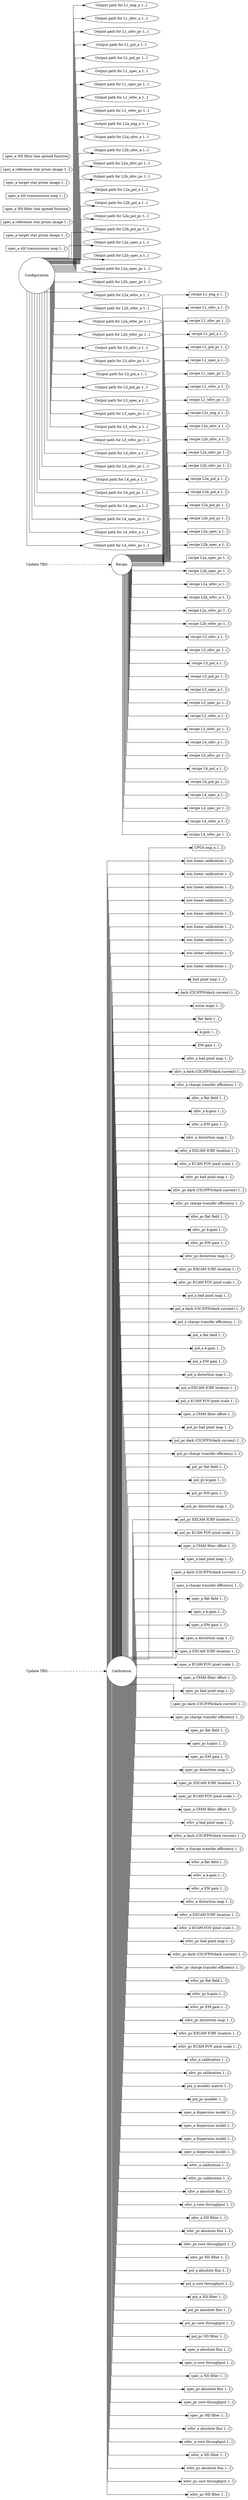
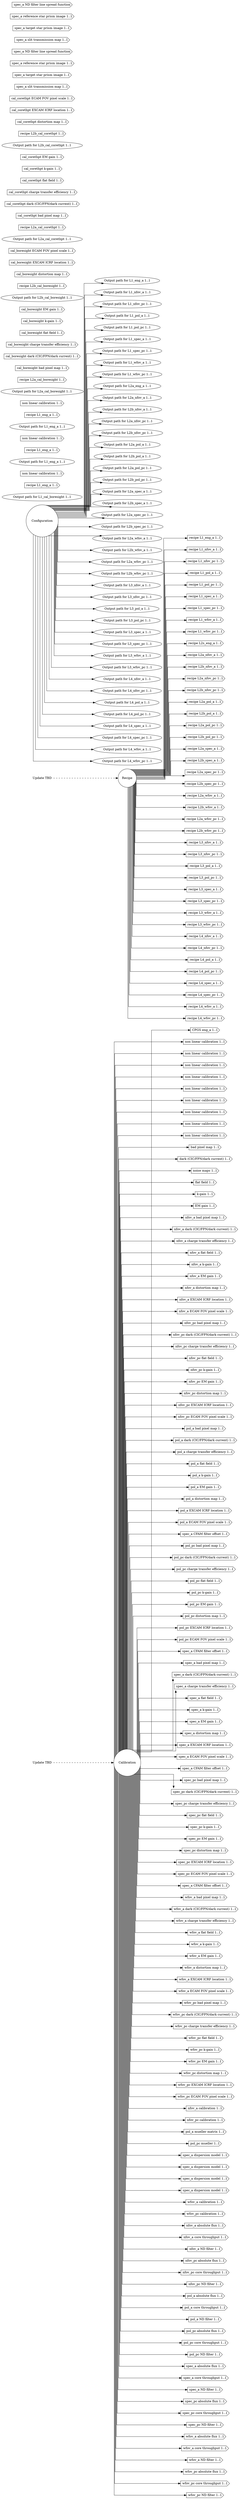
digraph Clerks
{
  graph [splines="ortho", rankdir=LR];

  alarm_cal [label="Update TBD", shape="none"];
  alarm_rec [label="Update TBD", shape="none"];

  calib [label="Calibration", shape="circle",
         runname="clerk.calibration"
         runtype="dawgie.Analyzer"
         fsmtype="dip.clerk.impls.calibration.FSM"];
  config [label="Configuration", shape="circle",
          runname="clerk.configuration",
          runtype="dawgie.Analyzer",
          fsmtype="dip.clerk.impls.config.FSM"];
  recipe [label="Recipe", shape="circle",
          runname="clerk.recipe"
          runtype="dawgie.Analyzer"
          fsmtype="dip.clerk.impls.recipe.FSM"];

  eng_a_cpgs [label="CPGS eng_a 1..1", shape="cds",
              valname="clerk.calibration.eng_a.cpgs",
              valtype="dip.base.Cpgs"];

  // begin l1
+   l1_cal_boresight_odir [label="Output path for L1_cal_boresight 1..1", shape="ellipse",
+                          valname="clerk.configuration.l1_cal_boresight.outdir",
+                          valtype="dip.base.Configuration"];
+   l1_cal_boresight_rec [label="recipe L1_eng_a 1..1", shape="cds",
+                         valname="clerk.recipe.l1_cal_boresight.recipe",
+                         valtype="dip.base.Recipe"];
+   l1_cal_boresight_nllut [label="non linear calibration 1..1", shape="cds",
+                           valname="clerk.calibration.l1_cal_boresight.nonlin",
+                           valtype="dip.base.Calibration"];
+ 
+   l1_cal_corethpt_odir [label="Output path for L1_eng_a 1..1", shape="ellipse",
+                         valname="clerk.configuration.l1_cal_corethpt.outdir",
+                         valtype="dip.base.Configuration"];
+   l1_cal_corethpt_rec [label="recipe L1_eng_a 1..1", shape="cds",
+                        valname="clerk.recipe.l1_cal_corethpt.recipe",
+                        valtype="dip.base.Recipe"];
+   l1_cal_corethpt_nllut [label="non linear calibration 1..1", shape="cds",
+                          valname="clerk.calibration.l1_cal_corethpt.nonlin",
+                          valtype="dip.base.Calibration"];
+ 
+   l1_cal_pupil_odir [label="Output path for L1_eng_a 1..1", shape="ellipse",
+                      valname="clerk.configuration.l1_cal_pupil.outdir",
+                      valtype="dip.base.Configuration"];
+   l1_cal_pupil_rec [label="recipe L1_eng_a 1..1", shape="cds",
+                     valname="clerk.recipe.l1_cal_pupil.recipe",
+                     valtype="dip.base.Recipe"];
+   l1_cal_pupil_nllut [label="non linear calibration 1..1", shape="cds",
+                       valname="clerk.calibration.l1_cal_pupil.nonlin",
+                       valtype="dip.base.Calibration"];
+ 
  l1_eng_a_odir [label="Output path for L1_eng_a 1..1", shape="ellipse",
                 valname="clerk.configuration.l1_eng_a.outdir",
                 valtype="dip.base.Configuration"];
  l1_eng_a_rec [label="recipe L1_eng_a 1..1", shape="cds",
                valname="clerk.recipe.l1_eng_a.recipe",
                valtype="dip.base.Recipe"];
  l1_eng_a_nln [label="non linear calibration 1..1", shape="cds",
                valname="clerk.calibration.l1_eng_a.nonlin",
                valtype="dip.base.Calibration"];

  l1_nfov_a_odir [label="Output path for L1_nfov_a 1..1", shape="ellipse",
                 valname="clerk.configuration.l1_nfov_a.outdir",
                 valtype="dip.base.Configuration"];
  l1_nfov_a_rec [label="recipe L1_nfov_a 1..1", shape="cds",
                valname="clerk.recipe.l1_nfov_a.recipe",
                valtype="dip.base.Recipe"];
  l1_nfov_a_nllut [label="non linear calibration 1..1", shape="cds",
                     valname="clerk.calibration.l1_nfov_a.nonlin",
                     valtype="dip.base.Calibration"];

  l1_nfov_pc_odir [label="Output path for L1_nfov_pc 1..1", shape="ellipse",
                 valname="clerk.configuration.l1_nfov_pc.outdir",
                 valtype="dip.base.Configuration"];
  l1_nfov_pc_rec [label="recipe L1_nfov_pc 1..1", shape="cds",
                valname="clerk.recipe.l1_nfov_pc.recipe",
                valtype="dip.base.Recipe"];
  l1_nfov_pc_nllut [label="non linear calibration 1..1", shape="cds",
                     valname="clerk.calibration.l1_nfov_pc.nonlin",
                     valtype="dip.base.Calibration"];

  l1_pol_a_odir [label="Output path for L1_pol_a 1..1", shape="ellipse",
                 valname="clerk.configuration.l1_pol_a.outdir",
                 valtype="dip.base.Configuration"];
  l1_pol_a_rec [label="recipe L1_pol_a 1..1", shape="cds",
                valname="clerk.recipe.l1_pol_a.recipe",
                valtype="dip.base.Recipe"];
  l1_pol_a_nllut [label="non linear calibration 1..1", shape="cds",
                     valname="clerk.calibration.l1_pol_a.nonlin",
                     valtype="dip.base.Calibration"];

  l1_pol_pc_odir [label="Output path for L1_pol_pc 1..1", shape="ellipse",
                 valname="clerk.configuration.l1_pol_pc.outdir",
                 valtype="dip.base.Configuration"];
  l1_pol_pc_rec [label="recipe L1_pol_pc 1..1", shape="cds",
                valname="clerk.recipe.l1_pol_pc.recipe",
                valtype="dip.base.Recipe"];
  l1_pol_pc_nllut [label="non linear calibration 1..1", shape="cds",
                     valname="clerk.calibration.l1_pol_pc.nonlin",
                     valtype="dip.base.Calibration"];

  l1_spec_a_odir [label="Output path for L1_spec_a 1..1", shape="ellipse",
                 valname="clerk.configuration.l1_spec_a.outdir",
                 valtype="dip.base.Configuration"];
  l1_spec_a_rec [label="recipe L1_spec_a 1..1", shape="cds",
                valname="clerk.recipe.l1_spec_a.recipe",
                valtype="dip.base.Recipe"];
  l1_spec_a_nllut [label="non linear calibration 1..1", shape="cds",
                     valname="clerk.calibration.l1_spec_a.nonlin",
                     valtype="dip.base.Calibration"];

  l1_spec_pc_odir [label="Output path for L1_spec_pc 1..1", shape="ellipse",
                 valname="clerk.configuration.l1_spec_pc.outdir",
                 valtype="dip.base.Configuration"];
  l1_spec_pc_rec [label="recipe L1_spec_pc 1..1", shape="cds",
                valname="clerk.recipe.l1_spec_pc.recipe",
                valtype="dip.base.Recipe"];
  l1_spec_pc_nllut [label="non linear calibration 1..1", shape="cds",
                     valname="clerk.calibration.l1_spec_pc.nonlin",
                     valtype="dip.base.Calibration"];

  l1_wfov_a_odir [label="Output path for L1_wfov_a 1..1", shape="ellipse",
                 valname="clerk.configuration.l1_wfov_a.outdir",
                 valtype="dip.base.Configuration"];
  l1_wfov_a_rec [label="recipe L1_wfov_a 1..1", shape="cds",
                valname="clerk.recipe.l1_wfov_a.recipe",
                valtype="dip.base.Recipe"];
  l1_wfov_a_nllut [label="non linear calibration 1..1", shape="cds",
                     valname="clerk.calibration.l1_wfov_a.nonlin",
                     valtype="dip.base.Calibration"];

  l1_wfov_pc_odir [label="Output path for L1_wfov_pc 1..1", shape="ellipse",
                 valname="clerk.configuration.l1_wfov_pc.outdir",
                 valtype="dip.base.Configuration"];
  l1_wfov_pc_rec [label="recipe L1_wfov_pc 1..1", shape="cds",
                valname="clerk.recipe.l1_wfov_pc.recipe",
                valtype="dip.base.Recipe"];
  l1_wfov_pc_nllut [label="non linear calibration 1..1", shape="cds",
                     valname="clerk.calibration.l1_wfov_pc.nonlin",
                     valtype="dip.base.Calibration"];
  // end l1

  // begin l2
+   l2a_cal_boresight_odir [label="Output path for L2a_cal_boresight 1..1", shape="ellipse",
+                           valname="clerk.configuration.l2a_cal_boresight.outdir",
+                           valtype="dip.base.Configuration"];
+   l2a_cal_boresight_rec [label="recipe L2a_cal_boresight 1..1", shape="cds",
+                          valname="clerk.recipe.l2a_cal_boresight.recipe",
+                          valtype="dip.base.Recipe"];
+   l2a_cal_boresight_mbpm [label="cal_boresight bad pixel map 1..1", shape="cds",
+                           valname="clerk.calibration.l2a_cal_boresight.bad_pix_map",
+                           valtype="dip.base.Calibration"];
+   l2a_cal_boresight_dnb  [label="cal_boresight dark (CIC/FPN/dark current) 1..1", shape="cds",
+                           valname="clerk.calibration.l2a_cal_boresight.darks",
+                           valtype="dip.base.Calibration"];
+   l2a_cal_boresight_cti  [label="cal_boresight charge transfer efficiency 1..1", shape="cds",
+                           valname="clerk.calibration.l2a_cal_boresight.charge_xfer_eff",
+                           valtype="dip.base.Calibration"];
+   l2a_cal_boresight_ff  [label="cal_boresight flat field 1..1", shape="cds",
+                          valname="clerk.calibration.l2a_cal_boresight.flat_field",
+                          valtype="dip.base.Calibration"];
+   l2a_cal_boresight_kgain  [label="cal_boresight k-gain 1..1", shape="cds",
+                             valname="clerk.calibration.l2a_cal_boresight.k_gain",
+                             valtype="dip.base.Calibration"];
+   l2a_cal_boresight_emg [label="cal_boresight EM gain 1..1", shape="cds",
+                          valname="clerk.calibration.l2a_cal_boresight.em_gain",
+                          valtype="dip.base.Calibration"];
+   l2b_cal_boresight_odir [label="Output path for L2b_cal_boresight 1..1", shape="ellipse",
+                           valname="clerk.configuration.l2b_cal_boresight.outdir",
+                           valtype="dip.base.Configuration"];
+   l2b_cal_boresight_rec [label="recipe L2b_cal_boresight 1..1", shape="cds",
+                          valname="clerk.recipe.l2b_cal_boresight.recipe",
+                          valtype="dip.base.Recipe"];
+   l2b_cal_boresight_distm [label="cal_boresight distortion map 1..1", shape="cds",
+                            valname="clerk.calibration.l2b_cal_boresight.distortion_map",
+                            valtype="dip.base.Calibration"];
+   l2b_cal_boresight_excicrf [label="cal_boresight EXCAM ICRF location 1..1", shape="cds",
+                              valname="clerk.calibration.l2b_cal_boresight.excam_icrf_location",
+                              valtype="dip.base.Calibration"];
+   l2b_cal_boresight_excfovps [label="cal_boresight ECAM FOV pixel scale 1..1", shape="cds",
+                               valname="clerk.calibration.l2b_cal_boresight.excam_fov_pixel_scale",
+                               valtype="dip.base.Calibration"];
+ 
+   l2a_cal_corethpt_odir [label="Output path for L2a_cal_corethpt 1..1", shape="ellipse",
+                          valname="clerk.configuration.l2a_cal_corethpt.outdir",
+                          valtype="dip.base.Configuration"];
+   l2a_cal_corethpt_rec [label="recipe L2a_cal_corethpt 1..1", shape="cds",
+                         valname="clerk.recipe.l2a_cal_corethpt.recipe",
+                         valtype="dip.base.Recipe"];
+   l2a_cal_corethpt_mbpm [label="cal_corethpt bad pixel map 1..1", shape="cds",
+                          valname="clerk.calibration.l2a_cal_corethpt.bad_pix_map",
+                          valtype="dip.base.Calibration"];
+   l2a_cal_corethpt_dnb  [label="cal_corethpt dark (CIC/FPN/dark current) 1..1", shape="cds",
+                          valname="clerk.calibration.l2a_cal_corethpt.darks",
+                          valtype="dip.base.Calibration"];
+   l2a_cal_corethpt_cti  [label="cal_corethpt charge transfer efficiency 1..1", shape="cds",
+                          valname="clerk.calibration.l2a_cal_corethpt.charge_xfer_eff",
+                          valtype="dip.base.Calibration"];
+   l2a_cal_corethpt_ff  [label="cal_corethpt flat field 1..1", shape="cds",
+                         valname="clerk.calibration.l2a_cal_corethpt.flat_field",
+                         valtype="dip.base.Calibration"];
+   l2a_cal_corethpt_kgain  [label="cal_corethpt k-gain 1..1", shape="cds",
+                            valname="clerk.calibration.l2a_cal_corethpt.k_gain",
+                            valtype="dip.base.Calibration"];
+   l2a_cal_corethpt_emg [label="cal_corethpt EM gain 1..1", shape="cds",
+                         valname="clerk.calibration.l2a_cal_corethpt.em_gain",
+                         valtype="dip.base.Calibration"];
+   l2b_cal_corethpt_odir [label="Output path for L2b_cal_corethpt 1..1", shape="ellipse",
+                          valname="clerk.configuration.l2b_cal_corethpt.outdir",
+                          valtype="dip.base.Configuration"];
+   l2b_cal_corethpt_rec [label="recipe L2b_cal_corethpt 1..1", shape="cds",
+                         valname="clerk.recipe.l2b_cal_corethpt.recipe",
+                         valtype="dip.base.Recipe"];
+   l2b_cal_corethpt_distm [label="cal_corethpt distortion map 1..1", shape="cds",
+                           valname="clerk.calibration.l2b_cal_corethpt.distortion_map",
+                           valtype="dip.base.Calibration"];
+   l2b_cal_corethpt_excicrf [label="cal_corethpt EXCAM ICRF location 1..1", shape="cds",
+                             valname="clerk.calibration.l2b_cal_corethpt.excam_icrf_location",
+                             valtype="dip.base.Calibration"];
+   l2b_cal_corethpt_excfovps [label="cal_corethpt ECAM FOV pixel scale 1..1", shape="cds",
+                              valname="clerk.calibration.l2b_cal_corethpt.excam_fov_pixel_scale",
+                              valtype="dip.base.Calibration"];
+ 
  l2a_eng_a_odir [label="Output path for L2a_eng_a 1..1", shape="ellipse",
                 valname="clerk.configuration.l2_eng_a.outdir",
                 valtype="dip.base.Configuration"];
  l2a_eng_a_rec [label="recipe L2s_eng_a 1..1", shape="cds",
                 valname="clerk.recipe.l2a_eng_a.recipe",
                 valtype="dip.base.Recipe"];
  l2a_eng_a_mbpm [label="bad pixel map 1..1", shape="cds",
                valname="clerk.calibration.l2a_eng_a.bad_pix_map",
                valtype="dip.base.Calibration"];
  l2a_eng_a_dnb  [label="dark (CIC/FPN/dark current) 1..1", shape="cds",
                  valname="clerk.calibration.l2a_eng_a.darks",
                  valtype="dip.base.Calibration"];
  l2a_eng_a_nm  [label="noise maps 1..1", shape="cds",
                valname="clerk.calibration.l2a_eng_a.noise_map",
                valtype="dip.base.Calibration"];
  l2a_eng_a_ff  [label="flat field 1..1", shape="cds",
                valname="clerk.calibration.l2a_eng_a.flat_field",
                valtype="dip.base.Calibration"];
  l2a_eng_a_kgain  [label="k-gain 1..1", shape="cds",
                valname="clerk.calibration.l2a_eng_a.k_gain",
                valtype="dip.base.Calibration"];
  l2a_eng_a_emg [label="EM gain 1..1", shape="cds",
                valname="clerk.calibration.l2a_eng_a.em_gain",
                valtype="dip.base.Calibration"];

  l2a_nfov_a_odir [label="Output path for L2a_nfov_a 1..1", shape="ellipse",
                 valname="clerk.configuration.l2a_nfov_a.outdir",
                 valtype="dip.base.Configuration"];
  l2a_nfov_a_rec [label="recipe L2a_nfov_a 1..1", shape="cds",
                 valname="clerk.recipe.l2a_nfov_a.recipe",
                 valtype="dip.base.Recipe"];
  l2a_nfov_a_mbpm [label="nfov_a bad pixel map 1..1", shape="cds",
                valname="clerk.calibration.l2a_nfov_a.bad_pix_map",
                valtype="dip.base.Calibration"];
  l2a_nfov_a_dnb  [label="nfov_a dark (CIC/FPN/dark current) 1..1", shape="cds",
                  valname="clerk.calibration.l2a_nfov_a.darks",
                  valtype="dip.base.Calibration"];
  l2a_nfov_a_cti  [label="nfov_a charge transfer efficiency 1..1", shape="cds",
                valname="clerk.calibration.l2a_nfov_a.charge_xfer_eff",
                valtype="dip.base.Calibration"];
  l2a_nfov_a_ff  [label="nfov_a flat field 1..1", shape="cds",
                valname="clerk.calibration.l2a_nfov_a.flat_field",
                valtype="dip.base.Calibration"];
  l2a_nfov_a_kgain  [label="nfov_a k-gain 1..1", shape="cds",
                valname="clerk.calibration.l2a_nfov_a.k_gain",
                valtype="dip.base.Calibration"];
  l2a_nfov_a_emg [label="nfov_a EM gain 1..1", shape="cds",
                valname="clerk.calibration.l2a_nfov_a.em_gain",
                valtype="dip.base.Calibration"];
  l2b_nfov_a_odir [label="Output path for L2b_nfov_a 1..1", shape="ellipse",
                 valname="clerk.configuration.l2b_nfov_a.outdir",
                 valtype="dip.base.Configuration"];
  l2b_nfov_a_rec [label="recipe L2b_nfov_a 1..1", shape="cds",
                 valname="clerk.recipe.l2b_nfov_a.recipe",
                 valtype="dip.base.Recipe"];
  l2b_nfov_a_distm [label="nfov_a distortion map 1..1", shape="cds",
                 valname="clerk.calibration.l2b_nfov_a.distortion_map",
                 valtype="dip.base.Calibration"];
  l2b_nfov_a_excicrf [label="nfov_a EXCAM ICRF location 1..1", shape="cds",
                 valname="clerk.calibration.l2b_nfov_a.excam_icrf_location",
                 valtype="dip.base.Calibration"];
  l2b_nfov_a_excfovps [label="nfov_a ECAM FOV pixel scale 1..1", shape="cds",
                 valname="clerk.calibration.l2b_nfov_a.excam_fov_pixel_scale",
                 valtype="dip.base.Calibration"];

  l2a_nfov_pc_odir [label="Output path for L2a_nfov_pc 1..1", shape="ellipse",
                 valname="clerk.configuration.l2a_nfov_pc.outdir",
                 valtype="dip.base.Configuration"];
  l2a_nfov_pc_rec [label="recipe L2a_nfov_pc 1..1", shape="cds",
                 valname="clerk.recipe.l2a_nfov_pc.recipe",
                 valtype="dip.base.Recipe"];
  l2a_nfov_pc_mbpm [label="nfov_pc bad pixel map 1..1", shape="cds",
                valname="clerk.calibration.l2a_nfov_pc.bad_pix_map",
                valtype="dip.base.Calibration"];
  l2a_nfov_pc_dnb  [label="nfov_pc dark (CIC/FPN/dark current) 1..1", shape="cds",
                  valname="clerk.calibration.l2a_nfov_pc.darks",
                  valtype="dip.base.Calibration"];
  l2a_nfov_pc_cti  [label="nfov_pc charge transfer efficiency 1..1", shape="cds",
                valname="clerk.calibration.l2a_nfov_pc.charge_xfer_eff",
                valtype="dip.base.Calibration"];
  l2a_nfov_pc_ff  [label="nfov_pc flat field 1..1", shape="cds",
                valname="clerk.calibration.l2a_nfov_pc.flat_field",
                valtype="dip.base.Calibration"];
  l2a_nfov_pc_kgain  [label="nfov_pc k-gain 1..1", shape="cds",
                valname="clerk.calibration.l2a_nfov_pc.k_gain",
                valtype="dip.base.Calibration"];
  l2a_nfov_pc_emg [label="nfov_pc EM gain 1..1", shape="cds",
                valname="clerk.calibration.l2a_nfov_pc.em_gain",
                valtype="dip.base.Calibration"];
  l2b_nfov_pc_odir [label="Output path for L2b_nfov_pc 1..1", shape="ellipse",
                 valname="clerk.configuration.l2b_nfov_pc.outdir",
                 valtype="dip.base.Configuration"];
  l2b_nfov_pc_rec [label="recipe L2b_nfov_pc 1..1", shape="cds",
                 valname="clerk.recipe.l2b_nfov_pc.recipe",
                 valtype="dip.base.Recipe"];
  l2b_nfov_pc_distm [label="nfov_pc distortion map 1..1", shape="cds",
                 valname="clerk.calibration.l2b_nfov_pc.distortion_map",
                 valtype="dip.base.Calibration"];
  l2b_nfov_pc_excicrf [label="nfov_pc EXCAM ICRF location 1..1", shape="cds",
                 valname="clerk.calibration.l2b_nfov_pc.excam_icrf_location",
                 valtype="dip.base.Calibration"];
  l2b_nfov_pc_excfovps [label="nfov_pc ECAM FOV pixel scale 1..1", shape="cds",
                 valname="clerk.calibration.l2b_nfov_pc.excam_fov_pixel_scale",
                 valtype="dip.base.Calibration"];

  l2a_pol_a_odir [label="Output path for L2a_pol_a 1..1", shape="ellipse",
                 valname="clerk.configuration.l2a_pol_a.outdir",
                 valtype="dip.base.Configuration"];
  l2a_pol_a_rec [label="recipe L2a_pol_a 1..1", shape="cds",
                 valname="clerk.recipe.l2a_pol_a.recipe",
                 valtype="dip.base.Recipe"];
  l2a_pol_a_mbpm [label="pol_a bad pixel map 1..1", shape="cds",
                valname="clerk.calibration.l2a_pol_a.bad_pix_map",
                valtype="dip.base.Calibration"];
  l2a_pol_a_dnb  [label="pol_a dark (CIC/FPN/dark current) 1..1", shape="cds",
                  valname="clerk.calibration.l2a_pol_a.darks",
                  valtype="dip.base.Calibration"];
  l2a_pol_a_cti  [label="pol_a charge transfer efficiency 1..1", shape="cds",
                valname="clerk.calibration.l2a_pol_a.charge_xfer_eff",
                valtype="dip.base.Calibration"];
  l2a_pol_a_polff  [label="pol_a flat field 1..1", shape="cds",
                valname="clerk.calibration.l2a_pol_a.flat_field",
                valtype="dip.base.Calibration"];
  l2a_pol_a_kgain  [label="pol_a k-gain 1..1", shape="cds",
                valname="clerk.calibration.l2a_pol_a.k_gain",
                valtype="dip.base.Calibration"];
  l2a_pol_a_emg [label="pol_a EM gain 1..1", shape="cds",
                valname="clerk.calibration.l2a_pol_a.em_gain",
                valtype="dip.base.Calibration"];
  l2b_pol_a_odir [label="Output path for L2b_pol_a 1..1", shape="ellipse",
                 valname="clerk.configuration.l2b_pol_a.outdir",
                 valtype="dip.base.Configuration"];
  l2b_pol_a_rec [label="recipe L2b_pol_a 1..1", shape="cds",
                 valname="clerk.recipe.l2b_pol_a.recipe",
                 valtype="dip.base.Recipe"];
  l2b_pol_a_distm [label="pol_a distortion map 1..1", shape="cds",
                 valname="clerk.calibration.l2b_pol_a.distortion_map",
                 valtype="dip.base.Calibration"];
  l2b_pol_a_excicrf [label="pol_a EXCAM ICRF location 1..1", shape="cds",
                 valname="clerk.calibration.l2b_pol_a.excam_icrf_location",
                 valtype="dip.base.Calibration"];
  l2b_pol_a_excfovps [label="pol_a ECAM FOV pixel scale 1..1", shape="cds",
                 valname="clerk.calibration.l2b_pol_a.excam_fov_pixel_scale",
                 valtype="dip.base.Calibration"];
  l2b_pol_a_cfamfo [label="spec_a CFAM filter offset 1..1", shape="cds",
                 valname="clerk.calibration.l2b_pol_a.cfam_filter_offset",
                 valtype="dip.base.Calibration"];

  l2a_pol_pc_odir [label="Output path for L2a_pol_pc 1..1", shape="ellipse",
                 valname="clerk.configuration.l2a_pol_pc.outdir",
                 valtype="dip.base.Configuration"];
  l2a_pol_pc_rec [label="recipe L2a_pol_pc 1..1", shape="cds",
                 valname="clerk.recipe.l2a_pol_pc.recipe",
                 valtype="dip.base.Recipe"];
  l2a_pol_pc_mbpm [label="pol_pc bad pixel map 1..1", shape="cds",
                valname="clerk.calibration.l2a_pol_pc.bad_pix_map",
                valtype="dip.base.Calibration"];
  l2a_pol_pc_dnb  [label="pol_pc dark (CIC/FPN/dark current) 1..1", shape="cds",
                  valname="clerk.calibration.l2a_pol_pc.darks",
                  valtype="dip.base.Calibration"];
  l2a_pol_pc_cti  [label="pol_pc charge transfer efficiency 1..1", shape="cds",
                valname="clerk.calibration.l2a_pol_pc.charge_xfer_eff",
                valtype="dip.base.Calibration"];
  l2a_pol_pc_polff  [label="pol_pc flat field 1..1", shape="cds",
                valname="clerk.calibration.l2a_pol_pc.flat_field",
                valtype="dip.base.Calibration"];
  l2a_pol_pc_kgain  [label="pol_pc k-gain 1..1", shape="cds",
                valname="clerk.calibration.l2a_pol_pc.k_gain",
                valtype="dip.base.Calibration"];
  l2a_pol_pc_emg [label="pol_pc EM gain 1..1", shape="cds",
                valname="clerk.calibration.l2a_pol_pc.em_gain",
                valtype="dip.base.Calibration"];
  l2b_pol_pc_odir [label="Output path for L2b_pol_pc 1..1", shape="ellipse",
                 valname="clerk.configuration.l2b_pol_pc.outdir",
                 valtype="dip.base.Configuration"];
  l2b_pol_pc_rec [label="recipe L2b_pol_pc 1..1", shape="cds",
                 valname="clerk.recipe.l2b_pol_pc.recipe",
                 valtype="dip.base.Recipe"];
  l2b_pol_pc_distm [label="pol_pc distortion map 1..1", shape="cds",
                 valname="clerk.calibration.l2b_pol_pc.distortion_map",
                 valtype="dip.base.Calibration"];
  l2b_pol_pc_excicrf [label="pol_pc EXCAM ICRF location 1..1", shape="cds",
                 valname="clerk.calibration.l2b_pol_pc.excam_icrf_location",
                 valtype="dip.base.Calibration"];
  l2b_pol_pc_excfovps [label="pol_pc ECAM FOV pixel scale 1..1", shape="cds",
                 valname="clerk.calibration.l2b_pol_pc.excam_fov_pixel_scale",
                 valtype="dip.base.Calibration"];
  l2b_pol_pc_cfamfo [label="spec_a CFAM filter offset 1..1", shape="cds",
                 valname="clerk.calibration.l2b_pol_pc.cfam_filter_offset",
                 valtype="dip.base.Calibration"];

  l2a_spec_a_odir [label="Output path for L2a_spec_a 1..1", shape="ellipse",
                 valname="clerk.configuration.l2a_spec_a.outdir",
                 valtype="dip.base.Configuration"];
  l2a_spec_a_rec [label="recipe L2a_spec_a 1..1", shape="cds",
                 valname="clerk.recipe.l2a_spec_a.recipe",
                 valtype="dip.base.Recipe"];
  l2a_spec_a_mbpm [label="spec_a bad pixel map 1..1", shape="cds",
                valname="clerk.calibration.l2a_spec_a.bad_pix_map",
                valtype="dip.base.Calibration"];
  l2a_spec_a_dnb  [label="spec_a dark (CIC/FPN/dark current) 1..1", shape="cds",
                  valname="clerk.calibration.l2a_spec_a.darks",
                  valtype="dip.base.Calibration"];
  l2a_spec_a_cti  [label="spec_a charge transfer efficiency 1..1", shape="cds",
                valname="clerk.calibration.l2a_spec_a.charge_xfer_eff",
                valtype="dip.base.Calibration"];
  l2a_spec_a_ff  [label="spec_a flat field 1..1", shape="cds",
                valname="clerk.calibration.l2a_spec_a.flat_field",
                valtype="dip.base.Calibration"];
  l2a_spec_a_kgain  [label="spec_a k-gain 1..1", shape="cds",
                valname="clerk.calibration.l2a_spec_a.k_gain",
                valtype="dip.base.Calibration"];
  l2a_spec_a_emg [label="spec_a EM gain 1..1", shape="cds",
                valname="clerk.calibration.l2a_spec_a.em_gain",
                valtype="dip.base.Calibration"];
  l2b_spec_a_odir [label="Output path for L2b_spec_a 1..1", shape="ellipse",
                 valname="clerk.configuration.l2b_spec_a.outdir",
                 valtype="dip.base.Configuration"];
  l2b_spec_a_rec [label="recipe L2b_spec_a 1..1", shape="cds",
                 valname="clerk.recipe.l2b_spec_a.recipe",
                 valtype="dip.base.Recipe"];
  l2b_spec_a_distm [label="spec_a distortion map 1..1", shape="cds",
                 valname="clerk.calibration.l2b_spec_a.distortion_map",
                 valtype="dip.base.Calibration"];
  l2b_spec_a_excicrf [label="spec_a EXCAM ICRF location 1..1", shape="cds",
                 valname="clerk.calibration.l2b_spec_a.excam_icrf_location",
                 valtype="dip.base.Calibration"];
  l2b_spec_a_excfovps [label="spec_a ECAM FOV pixel scale 1..1", shape="cds",
                 valname="clerk.calibration.l2b_spec_a.excam_fov_pixel_scale",
                 valtype="dip.base.Calibration"];
  l2b_spec_a_cfamfo [label="spec_a CFAM filter offset 1..1", shape="cds",
                 valname="clerk.calibration.l2b_spec_a.cfam_filter_offset",
                 valtype="dip.base.Calibration"];

  l2a_spec_pc_odir [label="Output path for L2a_spec_pc 1..1", shape="ellipse",
                 valname="clerk.configuration.l2a_spec_pc.outdir",
                 valtype="dip.base.Configuration"];
  l2a_spec_pc_rec [label="recipe L2a_spec_pc 1..1", shape="cds",
                 valname="clerk.recipe.l2a_spec_pc.recipe",
                 valtype="dip.base.Recipe"];
  l2a_spec_pc_mbpm [label="spec_pc bad pixel map 1..1", shape="cds",
                valname="clerk.calibration.l2a_spec_pc.bad_pix_map",
                valtype="dip.base.Calibration"];
  l2a_spec_pc_dnb  [label="spec_pc dark (CIC/FPN/dark current) 1..1", shape="cds",
                  valname="clerk.calibration.l2a_spec_pc.darks",
                  valtype="dip.base.Calibration"];
  l2a_spec_pc_cti  [label="spec_pc charge transfer efficiency 1..1", shape="cds",
                valname="clerk.calibration.l2a_spec_pc.charge_xfer_eff",
                valtype="dip.base.Calibration"];
  l2a_spec_pc_ff  [label="spec_pc flat field 1..1", shape="cds",
                valname="clerk.calibration.l2a_spec_pc.flat_field",
                valtype="dip.base.Calibration"];
  l2a_spec_pc_kgain  [label="spec_pc k-gain 1..1", shape="cds",
                valname="clerk.calibration.l2a_spec_pc.k_gain",
                valtype="dip.base.Calibration"];
  l2a_spec_pc_emg [label="spec_pc EM gain 1..1", shape="cds",
                valname="clerk.calibration.l2a_spec_pc.em_gain",
                valtype="dip.base.Calibration"];
  l2b_spec_pc_odir [label="Output path for L2b_spec_pc 1..1", shape="ellipse",
                 valname="clerk.configuration.l2b_spec_pc.outdir",
                 valtype="dip.base.Configuration"];
  l2b_spec_pc_rec [label="recipe L2b_spec_pc 1..1", shape="cds",
                 valname="clerk.recipe.l2b_spec_pc.recipe",
                 valtype="dip.base.Recipe"];
  l2b_spec_pc_distm [label="spec_pc distortion map 1..1", shape="cds",
                 valname="clerk.calibration.l2b_spec_pc.distortion_map",
                 valtype="dip.base.Calibration"];
  l2b_spec_pc_excicrf [label="spec_pc EXCAM ICRF location 1..1", shape="cds",
                 valname="clerk.calibration.l2b_spec_pc.excam_icrf_location",
                 valtype="dip.base.Calibration"];
  l2b_spec_pc_excfovps [label="spec_pc ECAM FOV pixel scale 1..1", shape="cds",
                 valname="clerk.calibration.l2b_spec_pc.excam_fov_pixel_scale",
                 valtype="dip.base.Calibration"];
  l2b_spec_pc_cfamfo [label="spec_a CFAM filter offset 1..1", shape="cds",
                 valname="clerk.calibration.l2b_spec_pc.cfam_filter_offset",
                 valtype="dip.base.Calibration"];

  l2a_wfov_a_odir [label="Output path for L2a_wfov_a 1..1", shape="ellipse",
                 valname="clerk.configuration.l2a_wfov_a.outdir",
                 valtype="dip.base.Configuration"];
  l2a_wfov_a_rec [label="recipe L2a_wfov_a 1..1", shape="cds",
                 valname="clerk.recipe.l2a_wfov_a.recipe",
                 valtype="dip.base.Recipe"];
  l2a_wfov_a_mbpm [label="wfov_a bad pixel map 1..1", shape="cds",
                valname="clerk.calibration.l2a_wfov_a.bad_pix_map",
                valtype="dip.base.Calibration"];
  l2a_wfov_a_dnb  [label="wfov_a dark (CIC/FPN/dark current) 1..1", shape="cds",
                  valname="clerk.calibration.l2a_wfov_a.darks",
                  valtype="dip.base.Calibration"];
  l2a_wfov_a_cti  [label="wfov_a charge transfer efficiency 1..1", shape="cds",
                valname="clerk.calibration.l2a_wfov_a.charge_xfer_eff",
                valtype="dip.base.Calibration"];
  l2a_wfov_a_ff  [label="wfov_a flat field 1..1", shape="cds",
                valname="clerk.calibration.l2a_wfov_a.flat_field",
                valtype="dip.base.Calibration"];
  l2a_wfov_a_kgain  [label="wfov_a k-gain 1..1", shape="cds",
                valname="clerk.calibration.l2a_wfov_a.k_gain",
                valtype="dip.base.Calibration"];
  l2a_wfov_a_emg [label="wfov_a EM gain 1..1", shape="cds",
                valname="clerk.calibration.l2a_wfov_a.em_gain",
                valtype="dip.base.Calibration"];
  l2b_wfov_a_odir [label="Output path for L2b_wfov_a 1..1", shape="ellipse",
                 valname="clerk.configuration.l2b_wfov_a.outdir",
                 valtype="dip.base.Configuration"];
  l2b_wfov_a_rec [label="recipe L2b_wfov_a 1..1", shape="cds",
                 valname="clerk.recipe.l2b_wfov_a.recipe",
                 valtype="dip.base.Recipe"];
  l2b_wfov_a_distm [label="wfov_a distortion map 1..1", shape="cds",
                 valname="clerk.calibration.l2b_wfov_a.distortion_map",
                 valtype="dip.base.Calibration"];
  l2b_wfov_a_excicrf [label="wfov_a EXCAM ICRF location 1..1", shape="cds",
                 valname="clerk.calibration.l2b_wfov_a.excam_icrf_location",
                 valtype="dip.base.Calibration"];
  l2b_wfov_a_excfovps [label="wfov_a ECAM FOV pixel scale 1..1", shape="cds",
                 valname="clerk.calibration.l2b_wfov_a.excam_fov_pixel_scale",
                 valtype="dip.base.Calibration"];

  l2a_wfov_pc_odir [label="Output path for L2a_wfov_pc 1..1", shape="ellipse",
                 valname="clerk.configuration.l2a_wfov_pc.outdir",
                 valtype="dip.base.Configuration"];
  l2a_wfov_pc_rec [label="recipe L2a_wfov_pc 1..1", shape="cds",
                 valname="clerk.recipe.l2a_wfov_pc.recipe",
                 valtype="dip.base.Recipe"];
  l2a_wfov_pc_mbpm [label="wfov_pc bad pixel map 1..1", shape="cds",
                valname="clerk.calibration.l2a_wfov_pc.bad_pix_map",
                valtype="dip.base.Calibration"];
  l2a_wfov_pc_dnb  [label="wfov_pc dark (CIC/FPN/dark current) 1..1", shape="cds",
                  valname="clerk.calibration.l2a_wfov_pc.darks",
                  valtype="dip.base.Calibration"];
  l2a_wfov_pc_cti  [label="wfov_pc charge transfer efficiency 1..1", shape="cds",
                valname="clerk.calibration.l2a_wfov_pc.charge_xfer_eff",
                valtype="dip.base.Calibration"];
  l2a_wfov_pc_ff  [label="wfov_pc flat field 1..1", shape="cds",
                valname="clerk.calibration.l2a_wfov_pc.flat_field",
                valtype="dip.base.Calibration"];
  l2a_wfov_pc_kgain  [label="wfov_pc k-gain 1..1", shape="cds",
                valname="clerk.calibration.l2a_wfov_pc.k_gain",
                valtype="dip.base.Calibration"];
  l2a_wfov_pc_emg [label="wfov_pc EM gain 1..1", shape="cds",
                valname="clerk.calibration.l2a_wfov_pc.em_gain",
                valtype="dip.base.Calibration"];
  l2b_wfov_pc_odir [label="Output path for L2b_wfov_pc 1..1", shape="ellipse",
                 valname="clerk.configuration.l2b_wfov_pc.outdir",
                 valtype="dip.base.Configuration"];
  l2b_wfov_pc_rec [label="recipe L2b_wfov_pc 1..1", shape="cds",
                 valname="clerk.recipe.l2b_wfov_pc.recipe",
                 valtype="dip.base.Recipe"];
  l2b_wfov_pc_distm [label="wfov_pc distortion map 1..1", shape="cds",
                 valname="clerk.calibration.l2b_wfov_pc.distortion_map",
                 valtype="dip.base.Calibration"];
  l2b_wfov_pc_excicrf [label="wfov_pc EXCAM ICRF location 1..1", shape="cds",
                 valname="clerk.calibration.l2b_wfov_pc.excam_icrf_location",
                 valtype="dip.base.Calibration"];
  l2b_wfov_pc_excfovps [label="wfov_pc ECAM FOV pixel scale 1..1", shape="cds",
                 valname="clerk.calibration.l2b_wfov_pc.excam_fov_pixel_scale",
                 valtype="dip.base.Calibration"];
  // end l2

  // begin l3

  l3_nfov_a_odir [label="Output path for L3_nfov_a 1..1", shape="ellipse",
                 valname="clerk.configuration.l3_nfov_a.outdir",
                 valtype="dip.base.Configuration"];
  l3_nfov_a_rec [label="recipe L3_nfov_a 1..1", shape="cds",
                 valname="clerk.recipe.l3_nfov_a.recipe",
                 valtype="dip.base.Recipe"];
  l3_nfov_a_cal [label="nfov_a calibration 1..1", shape="cds",
                 valname="clerk.calibration.l3_nfov_a.calibration",
                 valtype="dip.base.Calibration"];

  l3_nfov_pc_odir [label="Output path for L3_nfov_pc 1..1", shape="ellipse",
                 valname="clerk.configuration.l3_nfov_pc.outdir",
                 valtype="dip.base.Configuration"];
  l3_nfov_pc_rec [label="recipe L3_nfov_pc 1..1", shape="cds",
                 valname="clerk.recipe.l3_nfov_pc.recipe",
                 valtype="dip.base.Recipe"];
  l3_nfov_pc_cal [label="nfov_pc calibration 1..1", shape="cds",
                 valname="clerk.calibration.l3_nfov_pc.calibration",
                 valtype="dip.base.Calibration"];

  l3_pol_a_odir [label="Output path for L3_pol_a 1..1", shape="ellipse",
                 valname="clerk.configuration.l3_pol_a.outdir",
                 valtype="dip.base.Configuration"];
  l3_pol_a_rec [label="recipe L3_pol_a 1..1", shape="cds",
                 valname="clerk.recipe.l3_pol_a.recipe",
                 valtype="dip.base.Recipe"];
  l3_pol_a_mueller [label="pol_a mueller matrix 1..1", shape="cds",
                 valname="clerk.calibration.l3_pol_a.mueller_matrix",
                 valtype="dip.base.Calibration"];

  l3_pol_pc_odir [label="Output path for L3_pol_pc 1..1", shape="ellipse",
                 valname="clerk.configuration.l3_pol_pc.outdir",
                 valtype="dip.base.Configuration"];
  l3_pol_pc_rec [label="recipe L3_pol_pc 1..1", shape="cds",
                 valname="clerk.recipe.l3_pol_pc.recipe",
                 valtype="dip.base.Recipe"];
  l3_pol_pc_mueller [label="pol_pc mueller 1..1", shape="cds",
                 valname="clerk.calibration.l3_pol_pc.mueller_matrix",
                 valtype="dip.base.Calibration"];

  l3_spec_a_odir [label="Output path for L3_spec_a 1..1", shape="ellipse",
                 valname="clerk.configuration.l3_spec_a.outdir",
                 valtype="dip.base.Configuration"];
  l3_spec_a_rec [label="recipe L3_spec_a 1..1", shape="cds",
                 valname="clerk.recipe.l3_spec_a.recipe",
                 valtype="dip.base.Recipe"];
  l3_spec_a_dispm [label="spec_a dispersion model 1..1", shape="cds",
                 valname="clerk.calibration.l3_spec_a.dispersion_model",
                 valtype="dip.base.Calibration"];
  l3_spec_a_wavem [label="spec_a dispersion model 1..1", shape="cds",
                 valname="clerk.calibration.l3_spec_a.wavelength_map",
                 valtype="dip.base.Calibration"];

  l3_spec_pc_odir [label="Output path for L3_spec_pc 1..1", shape="ellipse",
                 valname="clerk.configuration.l3_spec_pc.outdir",
                 valtype="dip.base.Configuration"];
  l3_spec_pc_rec [label="recipe L3_spec_pc 1..1", shape="cds",
                 valname="clerk.recipe.l3_spec_pc.recipe",
                 valtype="dip.base.Recipe"];
  l3_spec_pc_dispm [label="spec_a dispersion model 1..1", shape="cds",
                 valname="clerk.calibration.l3_spec_pc.dispersion_model",
                 valtype="dip.base.Calibration"];
  l3_spec_pc_wavem [label="spec_a dispersion model 1..1", shape="cds",
                 valname="clerk.calibration.l3_spec_pc.wavelength_map",
                 valtype="dip.base.Calibration"];

  l3_wfov_a_odir [label="Output path for L3_wfov_a 1..1", shape="ellipse",
                 valname="clerk.configuration.l3_wfov_a.outdir",
                 valtype="dip.base.Configuration"];
  l3_wfov_a_rec [label="recipe L3_wfov_a 1..1", shape="cds",
                 valname="clerk.recipe.l3_wfov_a.recipe",
                 valtype="dip.base.Recipe"];
  l3_wfov_a_cal [label="wfov_a calibration 1..1", shape="cds",
                 valname="clerk.calibration.l3_wfov_a.calibration",
                 valtype="dip.base.Calibration"];

  l3_wfov_pc_odir [label="Output path for L3_wfov_pc 1..1", shape="ellipse",
                 valname="clerk.configuration.l3_wfov_pc.outdir",
                 valtype="dip.base.Configuration"];
  l3_wfov_pc_rec [label="recipe L3_wfov_pc 1..1", shape="cds",
                 valname="clerk.recipe.l3_wfov_pc.recipe",
                 valtype="dip.base.Recipe"];
  l3_wfov_pc_cal [label="wfov_pc calibration 1..1", shape="cds",
                 valname="clerk.calibration.l3_wfov_pc.calibration",
                 valtype="dip.base.Calibration"];
  // end l3

  // begin l4

  l4_nfov_a_odir [label="Output path for L4_nfov_a 1..1", shape="ellipse",
                 valname="clerk.configuration.l4_nfov_a.outdir",
                 valtype="dip.base.Configuration"];
  l4_nfov_a_rec [label="recipe L4_nfov_a 1..1", shape="cds",
                 valname="clerk.recipe.l4_nfov_a.recipe",
                 valtype="dip.base.Recipe"];
  l4_nfov_a_afcal [label="nfov_a absolute flux 1..1", shape="cds",
                 valname="clerk.calibration.l4_nfov_a.absolute_flux",
                 valtype="dip.base.Calibration"];
  l4_nfov_a_ctcal [label="nfov_a core throughput 1..1", shape="cds",
                 valname="clerk.calibration.l4_nfov_a.core_thruput",
                 valtype="dip.base.Calibration"];
  l4_nfov_a_ndfilt [label="nfov_a ND filter 1..1", shape="cds",
                 valname="clerk.calibration.l4_nfov_a.nd_filter",
                 valtype="dip.base.Calibration"];

  l4_nfov_pc_odir [label="Output path for L4_nfov_pc 1..1", shape="ellipse",
                 valname="clerk.configuration.l4_nfov_pc.outdir",
                 valtype="dip.base.Configuration"];
  l4_nfov_pc_rec [label="recipe L4_nfov_pc 1..1", shape="cds",
                 valname="clerk.recipe.l4_nfov_pc.recipe",
                 valtype="dip.base.Recipe"];
  l4_nfov_pc_afcal [label="nfov_pc absolute flux 1..1", shape="cds",
                 valname="clerk.calibration.l4_nfov_pc.absolute_flux",
                 valtype="dip.base.Calibration"];
  l4_nfov_pc_ctcal [label="nfov_pc core throughput 1..1", shape="cds",
                 valname="clerk.calibration.l4_nfov_pc.core_thruput",
                 valtype="dip.base.Calibration"];
  l4_nfov_pc_ndfilt [label="nfov_pc ND filter 1..1", shape="cds",
                 valname="clerk.calibration.l4_nfov_pc.nd_filter",
                 valtype="dip.base.Calibration"];

  l4_pol_a_odir [label="Output path for L4_pol_a 1..1", shape="ellipse",
                 valname="clerk.configuration.l4_pol_a.outdir",
                 valtype="dip.base.Configuration"];
  l4_pol_a_rec [label="recipe L4_pol_a 1..1", shape="cds",
                 valname="clerk.recipe.l4_pol_a.recipe",
                 valtype="dip.base.Recipe"];
  l4_pol_a_afcal [label="pol_a absolute flux 1..1", shape="cds",
                 valname="clerk.calibration.l4_pol_a.absolute_flux",
                 valtype="dip.base.Calibration"];
  l4_pol_a_ctcal [label="pol_a core throughput 1..1", shape="cds",
                 valname="clerk.calibration.l4_pol_a.core_thruput",
                 valtype="dip.base.Calibration"];
  l4_pol_a_ndfilt [label="pol_a ND filter 1..1", shape="cds",
                 valname="clerk.calibration.l4_pol_a.nd_filter",
                 valtype="dip.base.Calibration"];

  l4_pol_pc_odir [label="Output path for L4_pol_pc 1..1", shape="ellipse",
                 valname="clerk.configuration.l4_pol_pc.outdir",
                 valtype="dip.base.Configuration"];
  l4_pol_pc_rec [label="recipe L4_pol_pc 1..1", shape="cds",
                 valname="clerk.recipe.l4_pol_pc.recipe",
                 valtype="dip.base.Recipe"];
  l4_pol_pc_afcal [label="pol_pc absolute flux 1..1", shape="cds",
                 valname="clerk.calibration.l4_pol_pc.absolute_flux",
                 valtype="dip.base.Calibration"];
  l4_pol_pc_ctcal [label="pol_pc core throughput 1..1", shape="cds",
                 valname="clerk.calibration.l4_pol_pc.core_thruput",
                 valtype="dip.base.Calibration"];
  l4_pol_pc_ndfilt [label="pol_pc ND filter 1..1", shape="cds",
                 valname="clerk.calibration.l4_pol_pc.nd_filter",
                 valtype="dip.base.Calibration"];

  l4_spec_a_odir [label="Output path for L4_spec_a 1..1", shape="ellipse",
                 valname="clerk.configuration.l4_spec_a.outdir",
                 valtype="dip.base.Configuration"];
  l4_spec_a_rec [label="recipe L4_spec_a 1..1", shape="cds",
                 valname="clerk.recipe.l4_spec_a.recipe",
                 valtype="dip.base.Recipe"];
  l4_spec_a_afcal [label="spec_a absolute flux 1..1", shape="cds",
                 valname="clerk.calibration.l4_spec_a.absolute_flux",
                 valtype="dip.base.Calibration"];
  l4_spec_a_ctcal [label="spec_a core throughput 1..1", shape="cds",
                 valname="clerk.calibration.l4_spec_a.core_thruput",
                 valtype="dip.base.Calibration"];
  l4_spec_a_ndfilt [label="spec_a ND filter 1..1", shape="cds",
                 valname="clerk.calibration.l4_spec_a.nd_filter",
                 valtype="dip.base.Calibration"];
  l4_spec_a_stmap [label="spec_a slit transmission map 1..1", shape="cds",
                 valname="clerk.calibration.l4_spec_a.slit_transmission_map",
                 valtype="dip.base.Calibration"];
  l4_spec_a_tspi [label="spec_a target star prism image 1..1", shape="cds",
                 valname="clerk.calibration.l4_spec_a.target_star_prism_image",
                 valtype="dip.base.Calibration"];
  l4_spec_a_rspi [label="spec_a reference star prism image 1..1", shape="cds",
                 valname="clerk.calibration.l4_spec_a.ref_star_prism_image",
                 valtype="dip.base.Calibration"];
  l4_spec_a_lsf [label="spec_a ND filter line spread function", shape="cds",
                 valname="clerk.calibration.l4_spec_a.line_spread_function",
                 valtype="dip.base.Calibration"];

  l4_spec_pc_odir [label="Output path for L4_spec_pc 1..1", shape="ellipse",
                 valname="clerk.configuration.l4_spec_pc.outdir",
                 valtype="dip.base.Configuration"];
  l4_spec_pc_rec [label="recipe L4_spec_pc 1..1", shape="cds",
                 valname="clerk.recipe.l4_spec_pc.recipe",
                 valtype="dip.base.Recipe"];
  l4_spec_pc_afcal [label="spec_pc absolute flux 1..1", shape="cds",
                 valname="clerk.calibration.l4_spec_pc.absolute_flux",
                 valtype="dip.base.Calibration"];
  l4_spec_pc_ctcal [label="spec_pc core throughput 1..1", shape="cds",
                 valname="clerk.calibration.l4_spec_pc.core_thruput",
                 valtype="dip.base.Calibration"];
  l4_spec_pc_ndfilt [label="spec_pc ND filter 1..1", shape="cds",
                 valname="clerk.calibration.l4_spec_pc.nd_filter",
                 valtype="dip.base.Calibration"];
  l4_spec_pc_stmap [label="spec_a slit transmission map 1..1", shape="cds",
                 valname="clerk.calibration.l4_spec_pc.slit_transmission_map",
                 valtype="dip.base.Calibration"];
  l4_spec_pc_tspi [label="spec_a target star prism image 1..1", shape="cds",
                 valname="clerk.calibration.l4_spec_pc.target_star_prism_image",
                 valtype="dip.base.Calibration"];
  l4_spec_pc_rspi [label="spec_a reference star prism image 1..1", shape="cds",
                 valname="clerk.calibration.l4_spec_pc.ref_star_prism_image",
                 valtype="dip.base.Calibration"];
  l4_spec_pc_lsf [label="spec_a ND filter line spread function", shape="cds",
                 valname="clerk.calibration.l4_spec_pc.line_spread_function",
                 valtype="dip.base.Calibration"];

  l4_wfov_a_odir [label="Output path for L4_wfov_a 1..1", shape="ellipse",
                 valname="clerk.configuration.l4_wfov_a.outdir",
                 valtype="dip.base.Configuration"];
  l4_wfov_a_rec [label="recipe L4_wfov_a 1..1", shape="cds",
                 valname="clerk.recipe.l4_wfov_a.recipe",
                 valtype="dip.base.Recipe"];
  l4_wfov_a_afcal [label="wfov_a absolute flux 1..1", shape="cds",
                 valname="clerk.calibration.l4_wfov_a.absolute_flux",
                 valtype="dip.base.Calibration"];
  l4_wfov_a_ctcal [label="wfov_a core throughput 1..1", shape="cds",
                 valname="clerk.calibration.l4_wfov_a.core_thruput",
                 valtype="dip.base.Calibration"];
  l4_wfov_a_ndfilt [label="wfov_a ND filter 1..1", shape="cds",
                 valname="clerk.calibration.l4_wfov_a.nd_filter",
                 valtype="dip.base.Calibration"];

  l4_wfov_pc_odir [label="Output path for L4_wfov_pc 1..1", shape="ellipse",
                 valname="clerk.configuration.l4_wfov_pc.outdir",
                 valtype="dip.base.Configuration"];
  l4_wfov_pc_rec [label="recipe L4_wfov_pc 1..1", shape="cds",
                 valname="clerk.recipe.l4_wfov_pc.recipe",
                 valtype="dip.base.Recipe"];
  l4_wfov_pc_afcal [label="wfov_pc absolute flux 1..1", shape="cds",
                 valname="clerk.calibration.l4_wfov_pc.absolute_flux",
                 valtype="dip.base.Calibration"];
  l4_wfov_pc_ctcal [label="wfov_pc core throughput 1..1", shape="cds",
                 valname="clerk.calibration.l4_wfov_pc.core_thruput",
                 valtype="dip.base.Calibration"];
  l4_wfov_pc_ndfilt [label="wfov_pc ND filter 1..1", shape="cds",
                 valname="clerk.calibration.l4_wfov_pc.nd_filter",
                 valtype="dip.base.Calibration"];
  // end l4
  alarm_cal -> calib [style="dashed"];
  alarm_rec -> recipe [style="dashed"];

  calib -> eng_a_cpgs;
  calib -> l1_eng_a_nln;
  calib -> l2a_eng_a_mbpm;
  calib -> l2a_eng_a_dnb;
  calib -> l2a_eng_a_nm;
  calib -> l2a_eng_a_ff;
  calib -> l2a_eng_a_kgain;
  calib -> l2a_eng_a_emg;
  config -> l1_eng_a_odir;
  config -> l2a_eng_a_odir;
  recipe -> l1_eng_a_rec;
  recipe -> l2a_eng_a_rec;

  calib -> l1_nfov_a_nllut;
  calib -> l2a_nfov_a_mbpm;
  calib -> l2a_nfov_a_dnb;
  calib -> l2a_nfov_a_cti;
  calib -> l2a_nfov_a_ff;
  calib -> l2a_nfov_a_kgain;
  calib -> l2a_nfov_a_emg;
  calib -> l2b_nfov_a_distm;
  calib -> l2b_nfov_a_excicrf;
  calib -> l2b_nfov_a_excfovps;
  calib -> l3_nfov_a_cal;
  calib -> l4_nfov_a_afcal;
  calib -> l4_nfov_a_ctcal;
  calib -> l4_nfov_a_ndfilt;
  config -> l1_nfov_a_odir;
  config -> l2a_nfov_a_odir;
  config -> l2b_nfov_a_odir;
  config -> l3_nfov_a_odir;
  config -> l4_nfov_a_odir;
  recipe -> l1_nfov_a_rec;
  recipe -> l2a_nfov_a_rec;
  recipe -> l2b_nfov_a_rec;
  recipe -> l3_nfov_a_rec;
  recipe -> l4_nfov_a_rec;

  calib -> l1_nfov_pc_nllut;
  calib -> l2a_nfov_pc_mbpm;
  calib -> l2a_nfov_pc_dnb;
  calib -> l2a_nfov_pc_cti;
  calib -> l2a_nfov_pc_ff;
  calib -> l2a_nfov_pc_kgain;
  calib -> l2a_nfov_pc_emg;
  calib -> l2b_nfov_pc_distm;
  calib -> l2b_nfov_pc_excicrf;
  calib -> l2b_nfov_pc_excfovps;
  calib -> l3_nfov_pc_cal;
  calib -> l4_nfov_pc_afcal;
  calib -> l4_nfov_pc_ctcal;
  calib -> l4_nfov_pc_ndfilt;
  config -> l1_nfov_pc_odir;
  config -> l2a_nfov_pc_odir;
  config -> l2b_nfov_pc_odir;
  config -> l3_nfov_pc_odir;
  config -> l4_nfov_pc_odir;
  recipe -> l1_nfov_pc_rec;
  recipe -> l2a_nfov_pc_rec;
  recipe -> l2b_nfov_pc_rec;
  recipe -> l3_nfov_pc_rec;
  recipe -> l4_nfov_pc_rec;

  calib -> l1_pol_a_nllut;
  calib -> l2a_pol_a_mbpm;
  calib -> l2a_pol_a_dnb;
  calib -> l2a_pol_a_cti;
  calib -> l2a_pol_a_polff;
  calib -> l2a_pol_a_kgain;
  calib -> l2a_pol_a_emg;
  calib -> l2b_pol_a_distm;
  calib -> l2b_pol_a_excicrf;
  calib -> l2b_pol_a_excfovps;
  calib -> l2b_pol_a_cfamfo;
  calib -> l3_pol_a_mueller;
  calib -> l4_pol_a_afcal;
  calib -> l4_pol_a_ctcal;
  calib -> l4_pol_a_ndfilt;
  config -> l1_pol_a_odir;
  config -> l2a_pol_a_odir;
  config -> l2b_pol_a_odir;
  config -> l3_pol_a_odir;
  config -> l4_pol_a_odir;
  recipe -> l1_pol_a_rec;
  recipe -> l2a_pol_a_rec;
  recipe -> l2b_pol_a_rec;
  recipe -> l3_pol_a_rec;
  recipe -> l4_pol_a_rec;

  calib -> l1_pol_pc_nllut;
  calib -> l2a_pol_pc_mbpm;
  calib -> l2a_pol_pc_dnb;
  calib -> l2a_pol_pc_cti;
  calib -> l2a_pol_pc_polff;
  calib -> l2a_pol_pc_kgain;
  calib -> l2a_pol_pc_emg;
  calib -> l2b_pol_pc_distm;
  calib -> l2b_pol_pc_excicrf;
  calib -> l2b_pol_pc_excfovps;
  calib -> l2b_pol_pc_cfamfo;
  calib -> l3_pol_pc_mueller;
  calib -> l4_pol_pc_afcal;
  calib -> l4_pol_pc_ctcal;
  calib -> l4_pol_pc_ndfilt;
  config -> l1_pol_pc_odir;
  config -> l2a_pol_pc_odir;
  config -> l2b_pol_pc_odir;
  config -> l3_pol_pc_odir;
  config -> l4_pol_pc_odir;
  recipe -> l1_pol_pc_rec;
  recipe -> l2a_pol_pc_rec;
  recipe -> l2b_pol_pc_rec;
  recipe -> l3_pol_pc_rec;
  recipe -> l4_pol_pc_rec;

  calib -> l1_spec_a_nllut;
  calib -> l2a_spec_a_mbpm;
  calib -> l2a_spec_a_dnb;
  calib -> l2a_spec_a_cti;
  calib -> l2a_spec_a_ff;
  calib -> l2a_spec_a_kgain;
  calib -> l2a_spec_a_emg;
  calib -> l2b_spec_a_distm;
  calib -> l2b_spec_a_excicrf;
  calib -> l2b_spec_a_excfovps;
  calib -> l2b_spec_a_cfamfo;
  calib -> l3_spec_a_dispm;
  calib -> l3_spec_a_wavem;
  calib -> l4_spec_a_afcal;
  calib -> l4_spec_a_ctcal;
  calib -> l4_spec_a_ndfilt;
  config -> l1_spec_a_odir;
  config -> l2a_spec_a_odir;
  config -> l2b_spec_a_odir;
  config -> l3_spec_a_odir;
  config -> l4_spec_a_odir;
  recipe -> l1_spec_a_rec;
  recipe -> l2a_spec_a_rec;
  recipe -> l2b_spec_a_rec;
  recipe -> l3_spec_a_rec;
  recipe -> l4_spec_a_rec;

  calib -> l1_spec_pc_nllut;
  calib -> l2a_spec_pc_mbpm;
  calib -> l2a_spec_pc_dnb;
  calib -> l2a_spec_pc_cti;
  calib -> l2a_spec_pc_ff;
  calib -> l2a_spec_pc_kgain;
  calib -> l2a_spec_pc_emg;
  calib -> l2b_spec_pc_distm;
  calib -> l2b_spec_pc_excicrf;
  calib -> l2b_spec_pc_excfovps;
  calib -> l2b_spec_pc_cfamfo;
  calib -> l3_spec_pc_dispm;
  calib -> l3_spec_pc_wavem;
  calib -> l4_spec_pc_afcal;
  calib -> l4_spec_pc_ctcal;
  calib -> l4_spec_pc_ndfilt;
  config -> l1_spec_pc_odir;
  config -> l2a_spec_pc_odir;
  config -> l2b_spec_pc_odir;
  config -> l3_spec_pc_odir;
  config -> l4_spec_pc_odir;
  recipe -> l1_spec_pc_rec;
  recipe -> l2a_spec_pc_rec;
  recipe -> l2b_spec_pc_rec;
  recipe -> l3_spec_pc_rec;
  recipe -> l4_spec_pc_rec;

  calib -> l1_wfov_a_nllut;
  calib -> l2a_wfov_a_mbpm;
  calib -> l2a_wfov_a_dnb;
  calib -> l2a_wfov_a_cti;
  calib -> l2a_wfov_a_ff;
  calib -> l2a_wfov_a_kgain;
  calib -> l2a_wfov_a_emg;
  calib -> l2b_wfov_a_distm;
  calib -> l2b_wfov_a_excicrf;
  calib -> l2b_wfov_a_excfovps;
  calib -> l3_wfov_a_cal;
  calib -> l4_wfov_a_afcal;
  calib -> l4_wfov_a_ctcal;
  calib -> l4_wfov_a_ndfilt;
  config -> l1_wfov_a_odir;
  config -> l2a_wfov_a_odir;
  config -> l2b_wfov_a_odir;
  config -> l3_wfov_a_odir;
  config -> l4_wfov_a_odir;
  recipe -> l1_wfov_a_rec;
  recipe -> l2a_wfov_a_rec;
  recipe -> l2b_wfov_a_rec;
  recipe -> l3_wfov_a_rec;
  recipe -> l4_wfov_a_rec;

  calib -> l1_wfov_pc_nllut;
  calib -> l2a_wfov_pc_mbpm;
  calib -> l2a_wfov_pc_dnb;
  calib -> l2a_wfov_pc_cti;
  calib -> l2a_wfov_pc_ff;
  calib -> l2a_wfov_pc_kgain;
  calib -> l2a_wfov_pc_emg;
  calib -> l2b_wfov_pc_distm;
  calib -> l2b_wfov_pc_excicrf;
  calib -> l2b_wfov_pc_excfovps;
  calib -> l3_wfov_pc_cal;
  calib -> l4_wfov_pc_afcal;
  calib -> l4_wfov_pc_ctcal;
  calib -> l4_wfov_pc_ndfilt;
  config -> l1_wfov_pc_odir;
  config -> l2a_wfov_pc_odir;
  config -> l2b_wfov_pc_odir;
  config -> l3_wfov_pc_odir;
  config -> l4_wfov_pc_odir;
  recipe -> l1_wfov_pc_rec;
  recipe -> l2a_wfov_pc_rec;
  recipe -> l2b_wfov_pc_rec;
  recipe -> l3_wfov_pc_rec;
  recipe -> l4_wfov_pc_rec;
}
